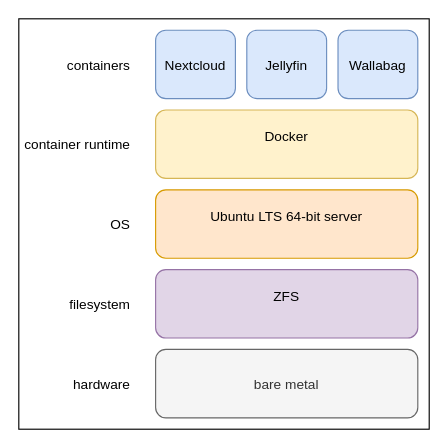
Above: book/img/service-stack.drawio in meonkeys/shb (draw.io), before the change. Source tidied: cells renumbered, new cells numbered last; positions are measured from the earlier drawing's top-left corner, leaving out a move shared by most shapes. Both pictures are drawn from the tidied source at 114%, with x=0, y=0 at pixel (18, 18).
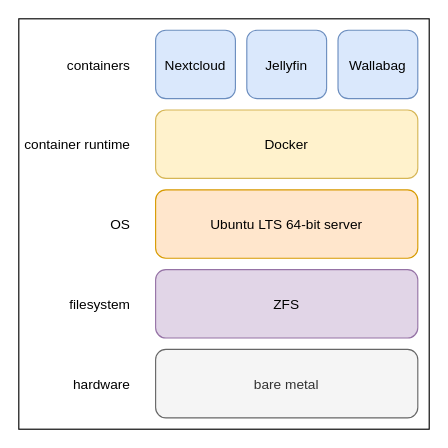
Above is the later version.

Commit message (it also covers changes not shown here):
fix stack label vertical centering, convert to svg

Diff of the diagram source:
```diff
@@
 <mxGraphModel>
   <root>
     <mxCell id="0" />
     <mxCell id="1" parent="0" />
     <mxCell id="2" style="rounded=0;whiteSpace=wrap;html=1;" parent="1" vertex="1">
       <mxGeometry width="360" height="360" as="geometry" />
     </mxCell>
     <mxCell id="3" value="bare metal" style="rounded=1;fillColor=#f5f5f5;fontColor=#333333;strokeColor=#666666;shadow=0;" parent="1" vertex="1">
       <mxGeometry x="120" y="290" width="230" height="60" as="geometry" />
     </mxCell>
-    <mxCell id="4" value="Ubuntu LTS 64-bit server&#10;" style="rounded=1;fillColor=#ffe6cc;strokeColor=#d79b00;shadow=0;" parent="1" vertex="1">
+    <mxCell id="4" value="Ubuntu LTS 64-bit server" style="rounded=1;fillColor=#ffe6cc;strokeColor=#d79b00;shadow=0;" parent="1" vertex="1">
       <mxGeometry x="120" y="150" width="230" height="60" as="geometry" />
     </mxCell>
-    <mxCell id="5" value="ZFS&#10;" style="rounded=1;fillColor=#e1d5e7;strokeColor=#9673a6;shadow=0;" parent="1" vertex="1">
+    <mxCell id="5" value="ZFS" style="rounded=1;fillColor=#e1d5e7;strokeColor=#9673a6;shadow=0;" parent="1" vertex="1">
       <mxGeometry x="120" y="220" width="230" height="60" as="geometry" />
     </mxCell>
-    <mxCell id="6" value="Docker&#10;" style="rounded=1;fillColor=#fff2cc;strokeColor=#d6b656;glass=0;shadow=0;" parent="1" vertex="1">
+    <mxCell id="6" value="Docker" style="rounded=1;fillColor=#fff2cc;strokeColor=#d6b656;glass=0;shadow=0;verticalAlign=middle;" parent="1" vertex="1">
       <mxGeometry x="120" y="80" width="230" height="60" as="geometry" />
     </mxCell>
     <mxCell id="7" value="Nextcloud" style="rounded=1;fillColor=#dae8fc;strokeColor=#6c8ebf;rotation=0;shadow=0;" parent="1" vertex="1">
       <mxGeometry x="120" y="10" width="70" height="60" as="geometry" />
     </mxCell>
     <mxCell id="8" value="Jellyfin" style="rounded=1;fillColor=#dae8fc;strokeColor=#6c8ebf;shadow=0;" parent="1" vertex="1">
       <mxGeometry x="200" y="10" width="70" height="60" as="geometry" />
     </mxCell>
     <mxCell id="9" value="Wallabag" style="rounded=1;fillColor=#dae8fc;strokeColor=#6c8ebf;shadow=0;" parent="1" vertex="1">
       <mxGeometry x="280" y="10" width="70" height="60" as="geometry" />
     </mxCell>
     <mxCell id="10" value="hardware" style="text;strokeColor=none;align=right;fillColor=none;verticalAlign=middle;rounded=1;shadow=0;" parent="1" vertex="1">
       <mxGeometry x="40" y="305" width="60" height="30" as="geometry" />
     </mxCell>
     <mxCell id="11" value="OS" style="text;strokeColor=none;align=right;fillColor=none;verticalAlign=middle;rounded=1;shadow=0;" parent="1" vertex="1">
       <mxGeometry x="40" y="165" width="60" height="30" as="geometry" />
     </mxCell>
     <mxCell id="12" value="filesystem" style="text;strokeColor=none;align=right;fillColor=none;verticalAlign=middle;rounded=1;shadow=0;" parent="1" vertex="1">
       <mxGeometry x="40" y="235" width="60" height="30" as="geometry" />
     </mxCell>
     <mxCell id="13" value="container runtime" style="text;strokeColor=none;align=right;fillColor=none;verticalAlign=middle;rounded=1;shadow=0;" parent="1" vertex="1">
       <mxGeometry x="40" y="95" width="60" height="30" as="geometry" />
     </mxCell>
     <mxCell id="14" value="containers" style="text;strokeColor=none;align=right;fillColor=none;verticalAlign=middle;rounded=1;shadow=0;" parent="1" vertex="1">
       <mxGeometry x="40" y="25" width="60" height="30" as="geometry" />
     </mxCell>
   </root>
 </mxGraphModel>
```
